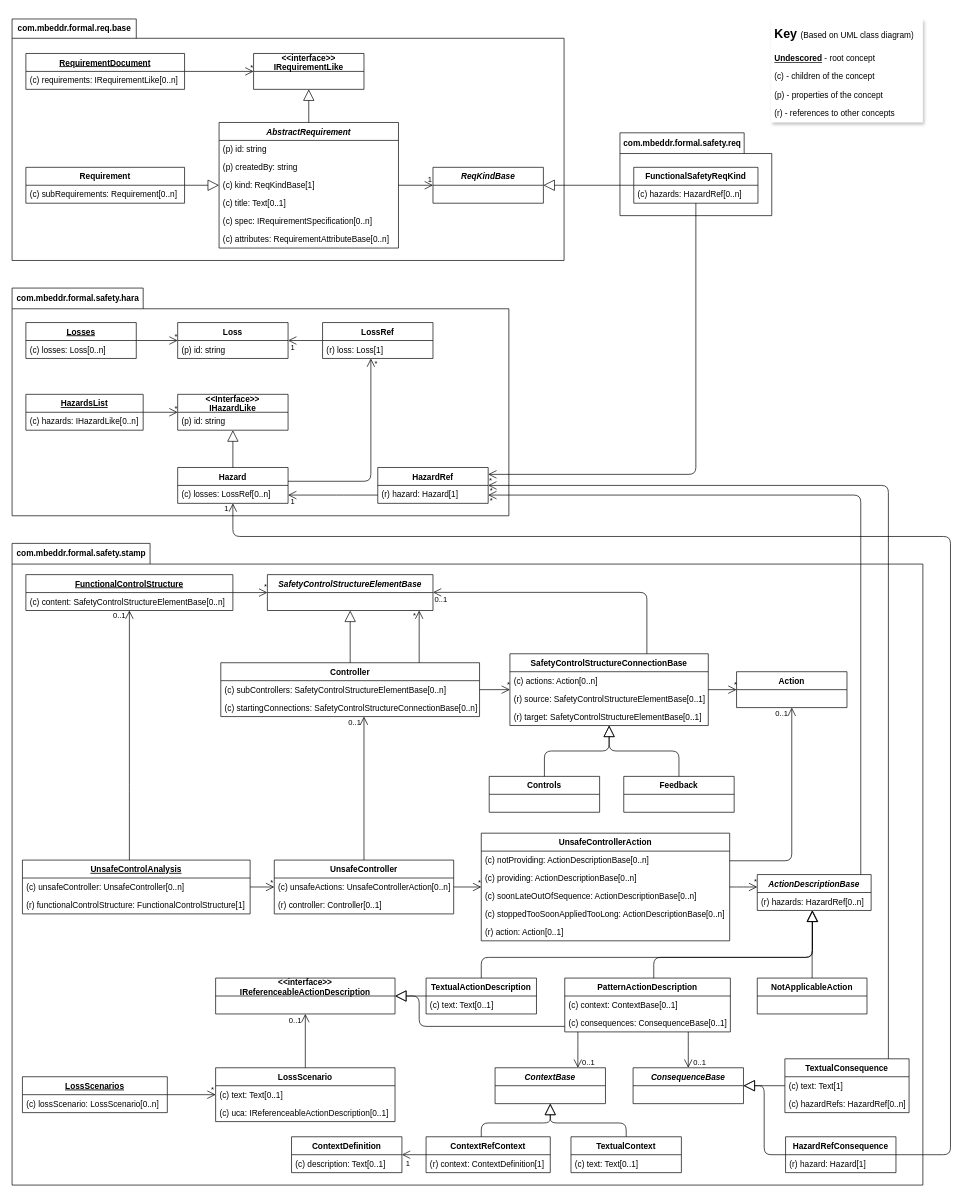
Earlier version of the draw.io diagram page "fasten_safety_concepts" (1 of 2) of mbeddr_formal_concepts.drawio (oscarcosta/stpa.icpa). Source tidied: cells renumbered, new cells numbered last; positions are measured from the earlier drawing's top-left corner, leaving out a move shared by most shapes. Both pictures are drawn from the tidied source at 69%, with x=0, y=0 at pixel (12, 19).
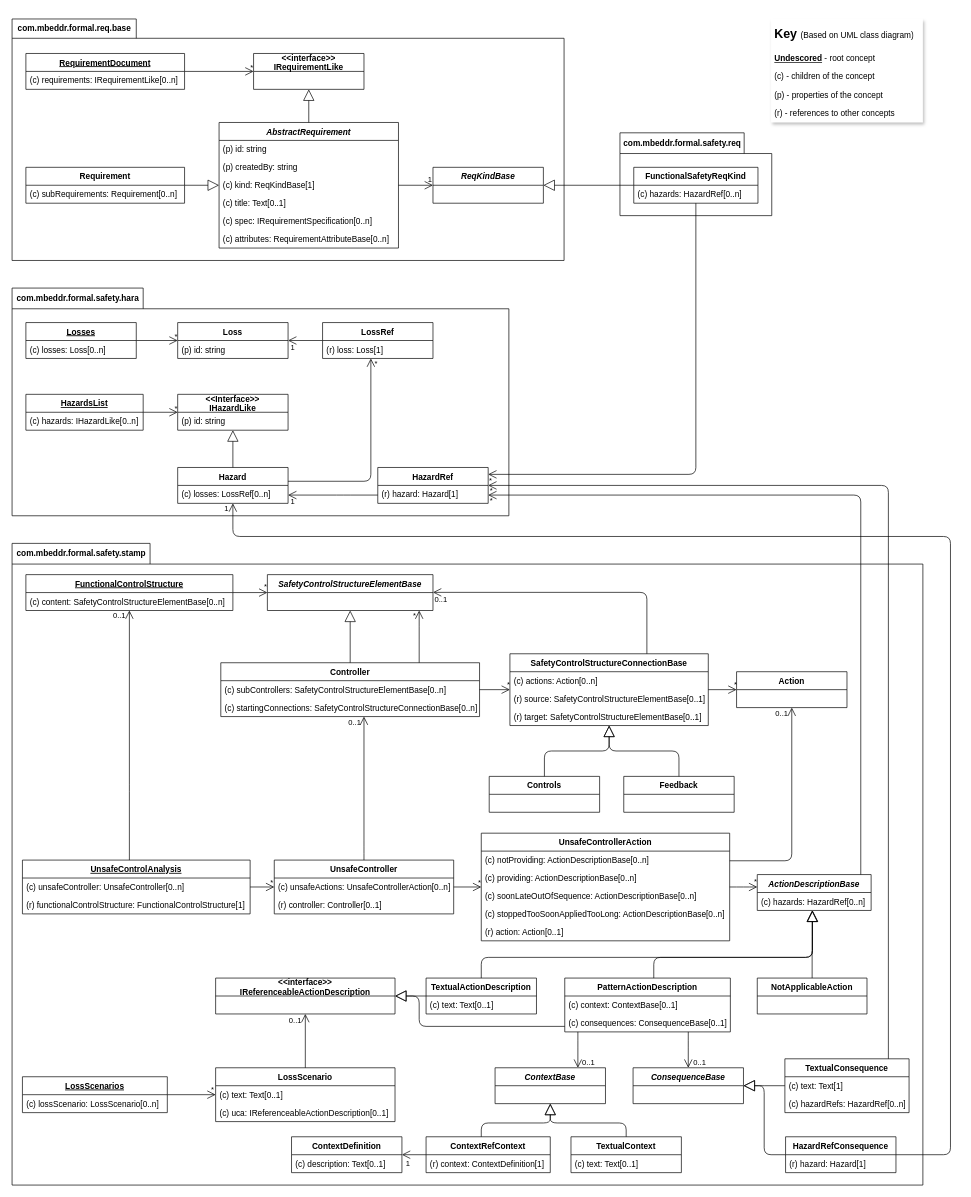
Above is the later version.

The change refers to these unchanged cells:
```xml
<mxCell id="78" value="ActionDescriptionBase" style="swimlane;fontStyle=3;horizontal=1;startSize=26;fillColor=none;" parent="57" vertex="1">
  <mxGeometry x="1080" y="480" width="165" height="52" as="geometry" />
</mxCell>
```

Diff of the diagram source:
```diff
@@
-    <mxCell id="79" value="(r) hazards: HazardRef[0..n]" style="text;strokeColor=none;fillColor=none;align=left;verticalAlign=top;spacingLeft=4;spacingRight=4;overflow=hidden;points=[[0,0.5],[1,0.5]];portConstraint=eastwest;" parent="78" vertex="1">
+    <mxCell id="79" value="(c) hazards: HazardRef[0..n]" style="text;strokeColor=none;fillColor=none;align=left;verticalAlign=top;spacingLeft=4;spacingRight=4;overflow=hidden;points=[[0,0.5],[1,0.5]];portConstraint=eastwest;" parent="78" vertex="1">
       <mxGeometry y="26" width="165" height="26" as="geometry" />
     </mxCell>
```
